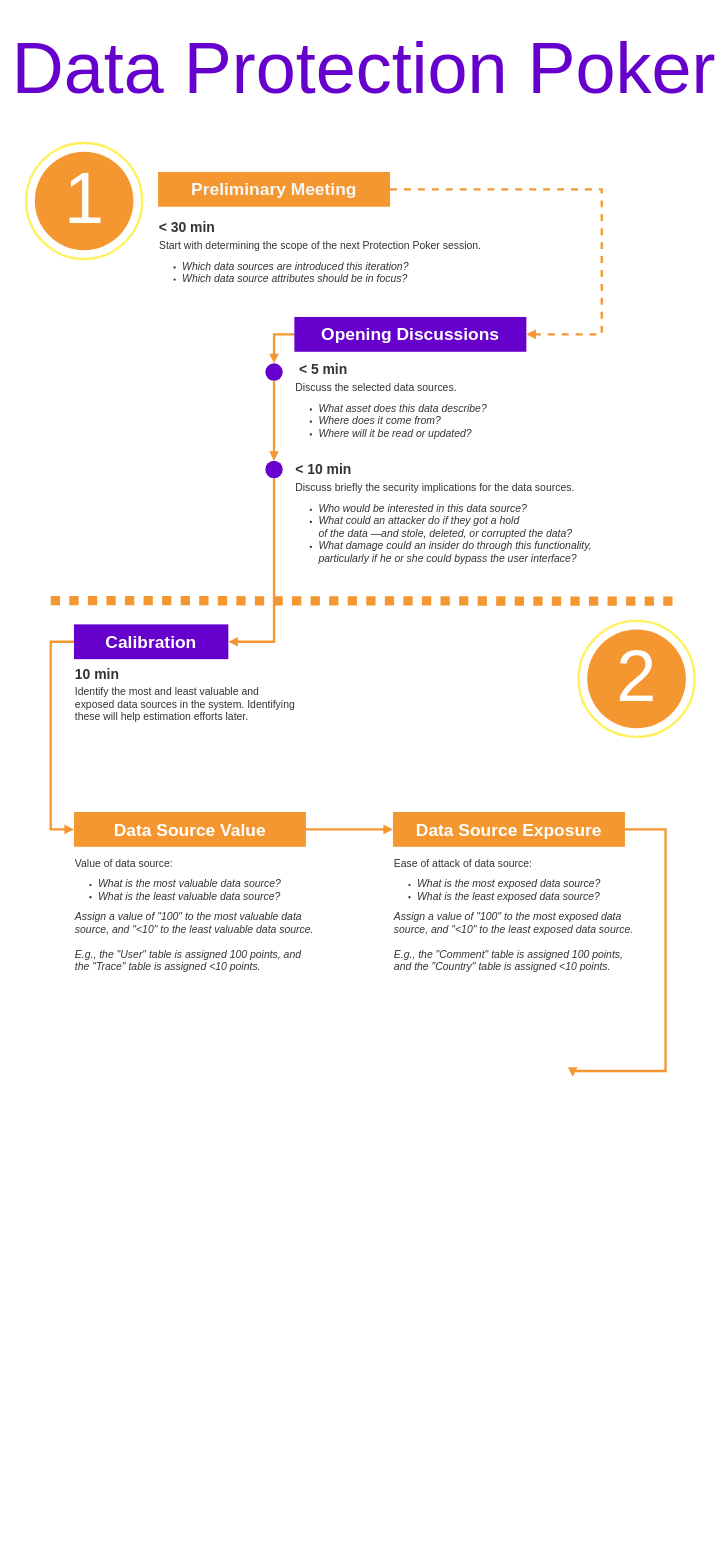
Earlier version of the draw.io diagram protection_poker.drawio (gullskatten/BPMN-models). Source tidied: cells renumbered, new cells numbered last; positions are measured from the earlier drawing's top-left corner, leaving out a move shared by most shapes. Both pictures are drawn from the tidied source at 58%, with x=0, y=0 at pixel (10, 9).
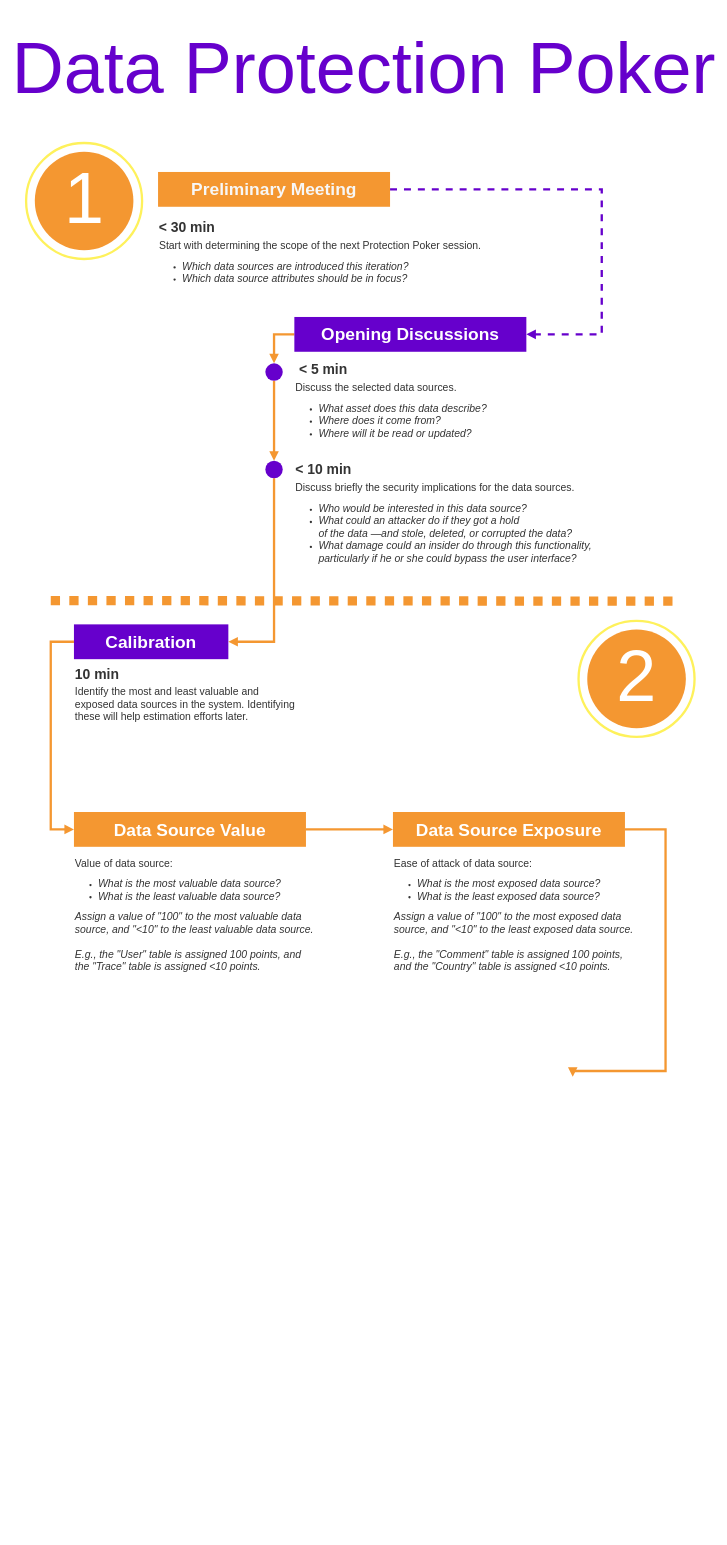
The same page after the edit.

Unchanged cells that the change refers to:
```xml
<mxCell id="6" value="Opening Discussions" style="whiteSpace=wrap;html=1;rounded=0;shadow=0;dashed=0;strokeColor=none;strokeWidth=4;fillColor=#6600CC;gradientColor=none;fontFamily=Helvetica;fontSize=30;fontColor=#FFFFFF;align=center;fontStyle=1;" parent="1" vertex="1">
  <mxGeometry x="490" y="530" width="400" height="60" as="geometry" />
</mxCell>
<mxCell id="9" value="Preliminary Meeting" style="whiteSpace=wrap;html=1;rounded=0;shadow=0;dashed=0;strokeColor=none;strokeWidth=4;fillColor=#F49731;fontFamily=Helvetica;fontSize=30;align=center;fontStyle=1;fontColor=#F7F7F7;" parent="1" vertex="1">
  <mxGeometry x="255" y="280" width="400" height="60" as="geometry" />
</mxCell>
```

What changed in the source:
```diff
@@
-    <mxCell id="8" style="edgeStyle=orthogonalEdgeStyle;rounded=0;jettySize=auto;html=1;entryX=1;entryY=0.5;entryDx=0;entryDy=0;exitX=1;exitY=0.5;exitDx=0;exitDy=0;strokeColor=#F49731;endArrow=block;endFill=1;strokeWidth=4;dashed=1;" parent="1" edge="1" source="9" target="6">
+    <mxCell id="8" style="edgeStyle=orthogonalEdgeStyle;rounded=0;jettySize=auto;html=1;entryX=1;entryY=0.5;entryDx=0;entryDy=0;exitX=1;exitY=0.5;exitDx=0;exitDy=0;strokeColor=#6600CC;endArrow=block;endFill=1;strokeWidth=4;dashed=1;" parent="1" edge="1" source="9" target="6">
       <mxGeometry relative="1" as="geometry">
         <Array as="points">
           <mxPoint x="1020" y="310" />
           <mxPoint x="1020" y="560" />
         </Array>
       </mxGeometry>
     </mxCell>
```
